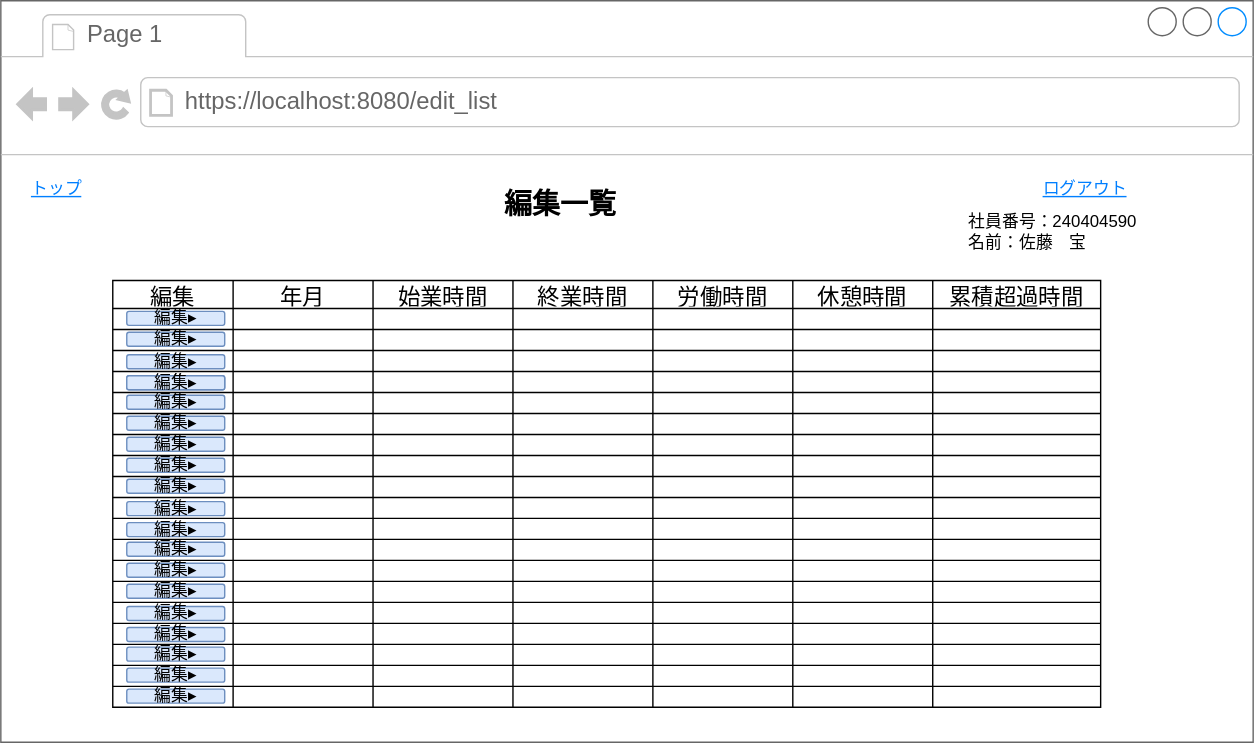
Above: 基本設計/画面設計図/21_list.drawio.svg in ICT-Training-2026/team-project-15 (draw.io), before the change. Source tidied: cells renumbered, new cells last; positions are measured from the earlier drawing's top-left corner, leaving out a move shared by most shapes.
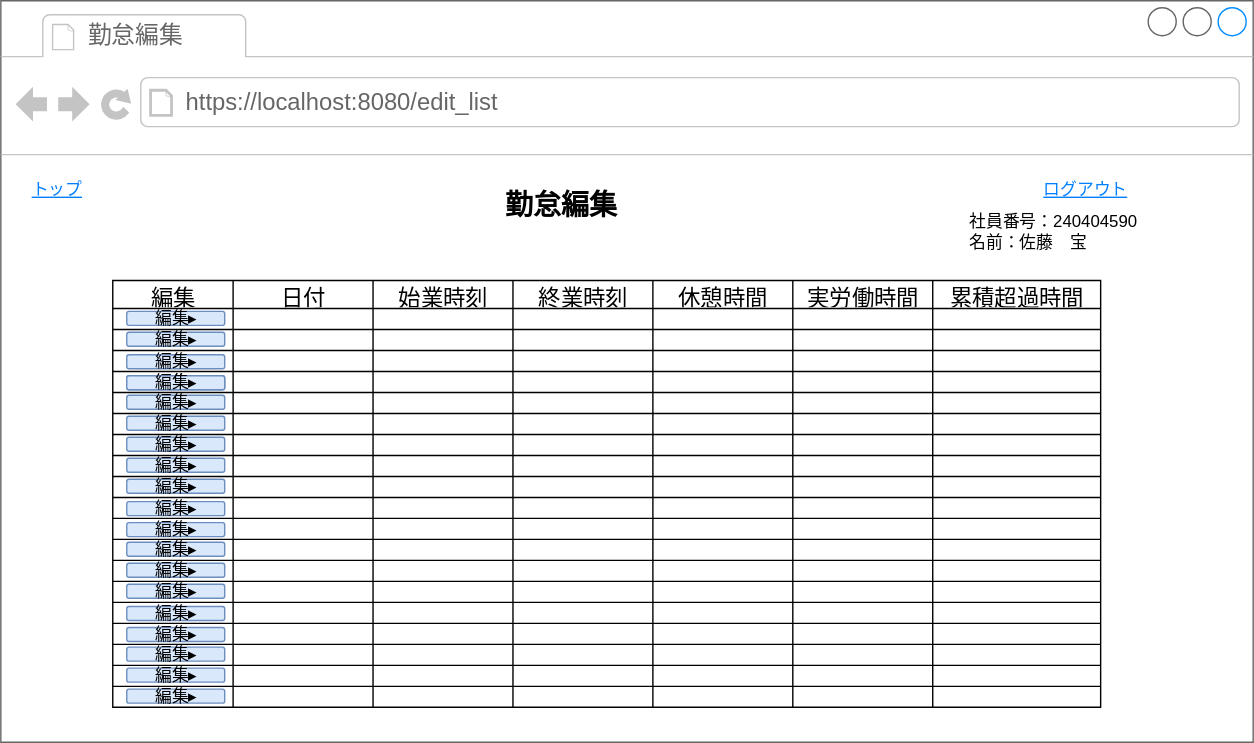
The same diagram one commit later.

Change to the diagram source:
```diff
@@ -5,7 +5,7 @@
     <mxCell id="2" style="strokeWidth=1;shadow=0;dashed=0;align=center;html=1;shape=mxgraph.mockup.containers.browserWindow;rSize=0;strokeColor=#666666;strokeColor2=#008cff;strokeColor3=#c4c4c4;mainText=,;" parent="1" vertex="1">
       <mxGeometry width="895" height="530" as="geometry" />
     </mxCell>
-    <mxCell id="3" value="Page 1" style="strokeWidth=1;shadow=0;dashed=0;align=center;html=1;shape=mxgraph.mockup.containers.anchor;fontSize=17;fontColor=#666666;align=left;whiteSpace=wrap;" parent="2" vertex="1">
+    <mxCell id="3" value="勤怠編集" style="strokeWidth=1;shadow=0;dashed=0;align=center;html=1;shape=mxgraph.mockup.containers.anchor;fontSize=17;fontColor=#666666;align=left;whiteSpace=wrap;" parent="2" vertex="1">
       <mxGeometry x="60" y="12" width="110" height="26" as="geometry" />
     </mxCell>
     <mxCell id="4" value="https://localhost:8080/edit_list" style="strokeWidth=1;shadow=0;dashed=0;align=center;html=1;shape=mxgraph.mockup.containers.anchor;rSize=0;fontSize=17;fontColor=#666666;align=left;" parent="2" vertex="1">
@@ -17,7 +17,7 @@
     <mxCell id="6" value="&lt;font color=&quot;#007fff&quot;&gt;&lt;u&gt;ログアウト&lt;/u&gt;&lt;/font&gt;" style="text;html=1;align=center;verticalAlign=middle;whiteSpace=wrap;rounded=0;" parent="2" vertex="1">
       <mxGeometry x="740" y="120" width="70" height="30" as="geometry" />
     </mxCell>
-    <mxCell id="7" value="&lt;b&gt;&lt;font style=&quot;font-size: 20px;&quot;&gt;編集一覧&lt;/font&gt;&lt;/b&gt;" style="text;html=1;align=center;verticalAlign=middle;whiteSpace=wrap;rounded=0;" parent="2" vertex="1">
+    <mxCell id="7" value="&lt;span style=&quot;font-size: 20px;&quot;&gt;&lt;b&gt;勤怠編集&lt;/b&gt;&lt;/span&gt;" style="text;html=1;align=center;verticalAlign=middle;whiteSpace=wrap;rounded=0;" parent="2" vertex="1">
       <mxGeometry x="350" y="130" width="100" height="30" as="geometry" />
     </mxCell>
     <mxCell id="8" value="&lt;div&gt;社員番号：240404590&lt;/div&gt;&lt;div&gt;名前：佐藤　宝&lt;/div&gt;" style="text;html=1;align=left;verticalAlign=middle;whiteSpace=wrap;rounded=0;" parent="2" vertex="1">
@@ -32,19 +32,19 @@
     <mxCell id="11" value="編集" style="shape=partialRectangle;html=1;whiteSpace=wrap;strokeColor=inherit;overflow=hidden;fillColor=none;top=0;left=0;bottom=0;right=0;fontSize=16;verticalAlign=middle;" parent="10" vertex="1">
       <mxGeometry width="86" height="20" as="geometry" />
     </mxCell>
-    <mxCell id="12" value="年月" style="shape=partialRectangle;html=1;whiteSpace=wrap;strokeColor=inherit;overflow=hidden;fillColor=none;top=0;left=0;bottom=0;right=0;fontSize=16;verticalAlign=middle;" parent="10" vertex="1">
+    <mxCell id="12" value="日付" style="shape=partialRectangle;html=1;whiteSpace=wrap;strokeColor=inherit;overflow=hidden;fillColor=none;top=0;left=0;bottom=0;right=0;fontSize=16;verticalAlign=middle;" parent="10" vertex="1">
       <mxGeometry x="86" width="100" height="20" as="geometry" />
     </mxCell>
-    <mxCell id="13" value="始業時間" style="shape=partialRectangle;html=1;whiteSpace=wrap;strokeColor=inherit;overflow=hidden;fillColor=none;top=0;left=0;bottom=0;right=0;fontSize=16;" parent="10" vertex="1">
+    <mxCell id="13" value="始業時刻" style="shape=partialRectangle;html=1;whiteSpace=wrap;strokeColor=inherit;overflow=hidden;fillColor=none;top=0;left=0;bottom=0;right=0;fontSize=16;" parent="10" vertex="1">
       <mxGeometry x="186" width="100" height="20" as="geometry" />
     </mxCell>
-    <mxCell id="14" value="終業時間" style="shape=partialRectangle;html=1;whiteSpace=wrap;strokeColor=inherit;overflow=hidden;fillColor=none;top=0;left=0;bottom=0;right=0;fontSize=16;" parent="10" vertex="1">
+    <mxCell id="14" value="終業時刻" style="shape=partialRectangle;html=1;whiteSpace=wrap;strokeColor=inherit;overflow=hidden;fillColor=none;top=0;left=0;bottom=0;right=0;fontSize=16;" parent="10" vertex="1">
       <mxGeometry x="286" width="100" height="20" as="geometry" />
     </mxCell>
-    <mxCell id="15" value="労働時間" style="shape=partialRectangle;html=1;whiteSpace=wrap;strokeColor=inherit;overflow=hidden;fillColor=none;top=0;left=0;bottom=0;right=0;fontSize=16;" parent="10" vertex="1">
+    <mxCell id="15" value="休憩時間" style="shape=partialRectangle;html=1;whiteSpace=wrap;strokeColor=inherit;overflow=hidden;fillColor=none;top=0;left=0;bottom=0;right=0;fontSize=16;" parent="10" vertex="1">
       <mxGeometry x="386" width="100" height="20" as="geometry" />
     </mxCell>
-    <mxCell id="16" value="休憩時間" style="shape=partialRectangle;html=1;whiteSpace=wrap;strokeColor=inherit;overflow=hidden;fillColor=none;top=0;left=0;bottom=0;right=0;fontSize=16;" parent="10" vertex="1">
+    <mxCell id="16" value="実労働時間" style="shape=partialRectangle;html=1;whiteSpace=wrap;strokeColor=inherit;overflow=hidden;fillColor=none;top=0;left=0;bottom=0;right=0;fontSize=16;" parent="10" vertex="1">
       <mxGeometry x="486" width="100" height="20" as="geometry" />
     </mxCell>
     <mxCell id="17" value="累積超過時間" style="shape=partialRectangle;html=1;whiteSpace=wrap;strokeColor=inherit;overflow=hidden;fillColor=none;top=0;left=0;bottom=0;right=0;fontSize=16;" parent="10" vertex="1">
```
